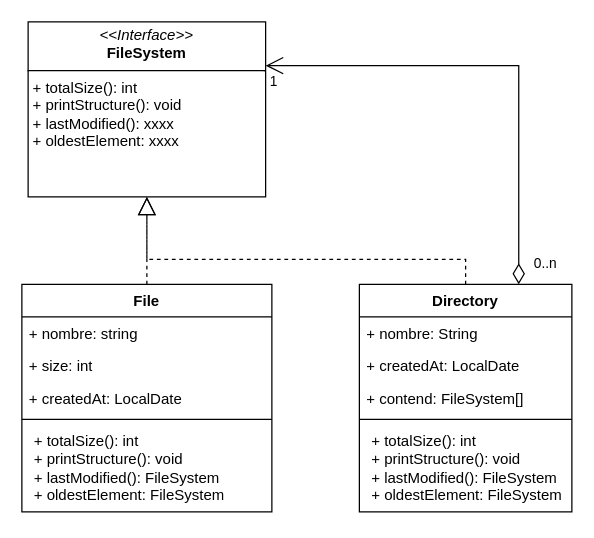
The draw.io diagram TP-Composite/Diagrama sin título.drawio in tomasmendoza-unq/objetos2, before the edit. Source tidied: cells renumbered, new cells numbered last; positions are measured from the earlier drawing's top-left corner, leaving out a move shared by most shapes. Both pictures are drawn from the tidied source at 125%, with x=0, y=0 at pixel (21, 21).
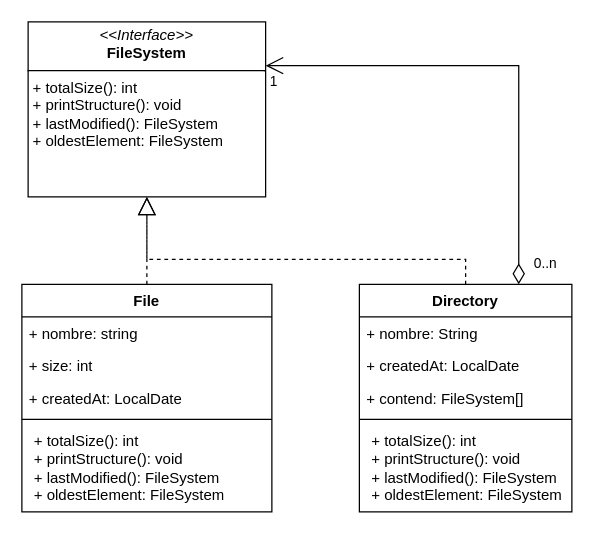
After the change.

Diff of the diagram source:
```diff
@@
-    <mxCell id="2" value="&lt;p style=&quot;margin:0px;margin-top:4px;text-align:center;&quot;&gt;&lt;i&gt;&amp;lt;&amp;lt;Interface&amp;gt;&amp;gt;&lt;/i&gt;&lt;br&gt;&lt;b&gt;FileSystem&lt;/b&gt;&lt;/p&gt;&lt;hr size=&quot;1&quot; style=&quot;border-style:solid;&quot;&gt;&lt;p style=&quot;margin:0px;margin-left:4px;&quot;&gt;+ totalSize(): int&lt;br&gt;+ printStructure(): void&lt;/p&gt;&lt;p style=&quot;margin:0px;margin-left:4px;&quot;&gt;+ lastModified(): xxxx&lt;/p&gt;&lt;p style=&quot;margin:0px;margin-left:4px;&quot;&gt;+ oldestElement: xxxx&lt;/p&gt;" style="verticalAlign=top;align=left;overflow=fill;html=1;whiteSpace=wrap;" parent="1" vertex="1">
+    <mxCell id="2" value="&lt;p style=&quot;margin:0px;margin-top:4px;text-align:center;&quot;&gt;&lt;i&gt;&amp;lt;&amp;lt;Interface&amp;gt;&amp;gt;&lt;/i&gt;&lt;br&gt;&lt;b&gt;FileSystem&lt;/b&gt;&lt;/p&gt;&lt;hr size=&quot;1&quot; style=&quot;border-style:solid;&quot;&gt;&lt;p style=&quot;margin:0px;margin-left:4px;&quot;&gt;+ totalSize(): int&lt;br&gt;+ printStructure(): void&lt;/p&gt;&lt;p style=&quot;margin:0px;margin-left:4px;&quot;&gt;+ lastModified():&amp;nbsp;&lt;span style=&quot;background-color: transparent; color: light-dark(rgb(0, 0, 0), rgb(255, 255, 255));&quot;&gt;FileSystem&lt;/span&gt;&lt;/p&gt;&lt;p style=&quot;margin:0px;margin-left:4px;&quot;&gt;+ oldestElement:&amp;nbsp;&lt;span style=&quot;background-color: transparent; color: light-dark(rgb(0, 0, 0), rgb(255, 255, 255));&quot;&gt;FileSystem&lt;/span&gt;&lt;/p&gt;" style="verticalAlign=top;align=left;overflow=fill;html=1;whiteSpace=wrap;" parent="1" vertex="1">
       <mxGeometry x="5" width="190" height="140" as="geometry" />
     </mxCell>
```
